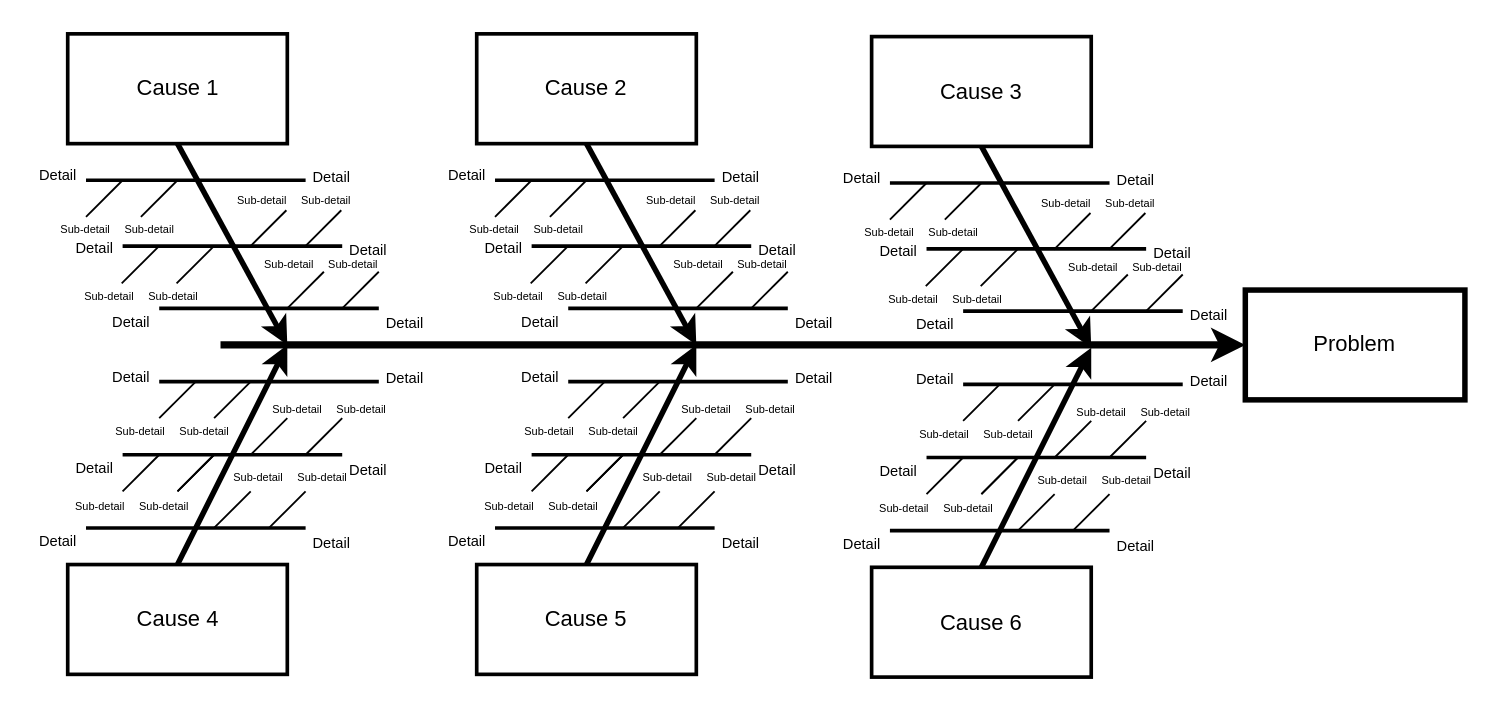
The draw.io diagram Diagrama sem nome.drawio in ArthurViegas01/Verival, before the edit. Source tidied: cells renumbered, new cells numbered last; positions are measured from the earlier drawing's top-left corner, leaving out a move shared by most shapes. Both pictures are drawn from the tidied source at 183%, with x=0, y=0 at pixel (29, 33).
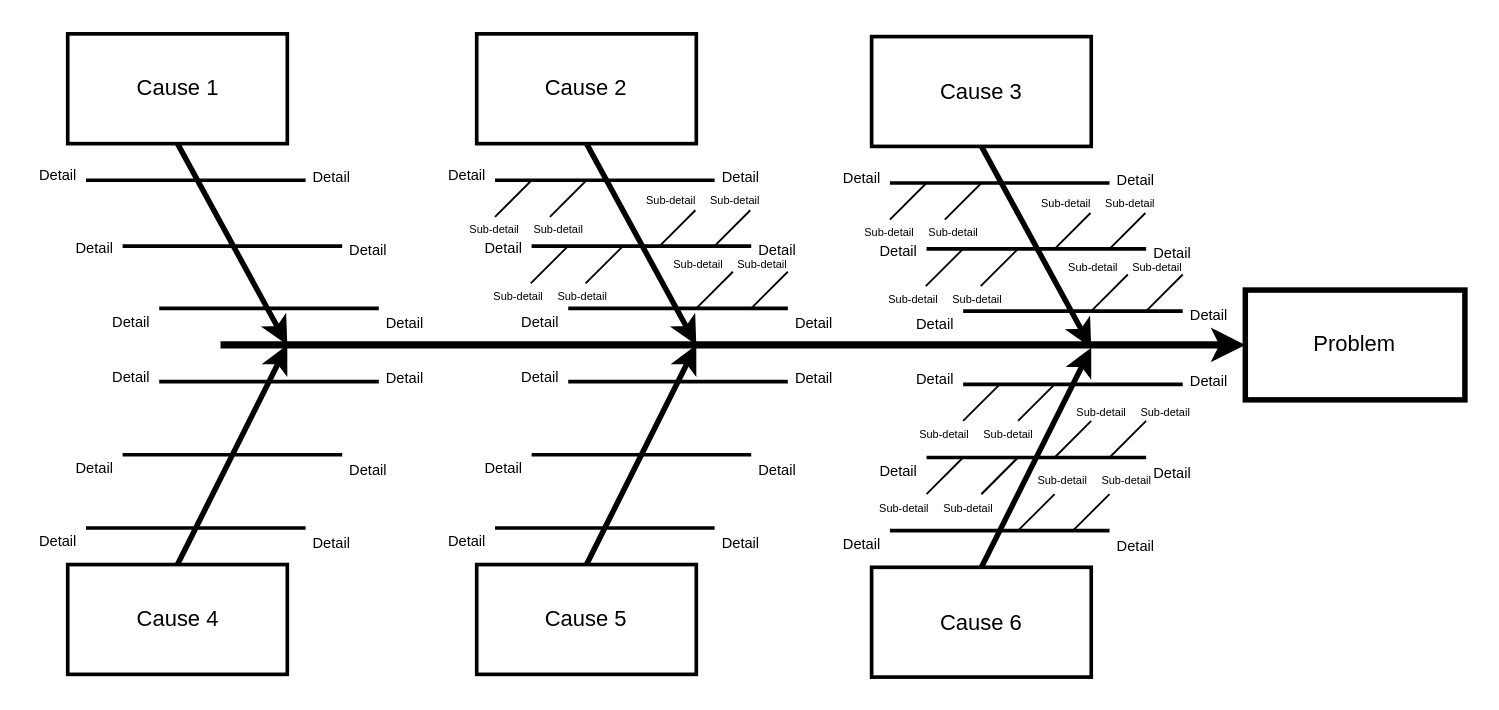
The same diagram, later.

The edit, as a diff of the source:
```diff
@@
-    <mxCell id="20" style="edgeStyle=none;endArrow=none;" parent="1" edge="1">
-      <mxGeometry relative="1" as="geometry">
-        <mxPoint x="60.5" y="100" as="sourcePoint" />
-        <mxPoint x="80.5" y="80" as="targetPoint" />
-      </mxGeometry>
-    </mxCell>
-    <mxCell id="21" style="edgeStyle=none;endArrow=none;" parent="1" edge="1">
-      <mxGeometry relative="1" as="geometry">
-        <mxPoint x="30.5" y="100" as="sourcePoint" />
-        <mxPoint x="50.5" y="80" as="targetPoint" />
-      </mxGeometry>
-    </mxCell>
-    <mxCell id="22" style="edgeStyle=none;endArrow=none;" parent="1" edge="1">
-      <mxGeometry relative="1" as="geometry">
-        <mxPoint x="140.5" y="150" as="sourcePoint" />
-        <mxPoint x="160.5" y="130" as="targetPoint" />
-      </mxGeometry>
-    </mxCell>
-    <mxCell id="23" style="edgeStyle=none;endArrow=none;" parent="1" edge="1">
-      <mxGeometry relative="1" as="geometry">
-        <mxPoint x="170.5" y="150" as="sourcePoint" />
-        <mxPoint x="190.5" y="130" as="targetPoint" />
-      </mxGeometry>
-    </mxCell>
-    <mxCell id="24" style="edgeStyle=none;endArrow=none;" parent="1" edge="1">
-      <mxGeometry relative="1" as="geometry">
-        <mxPoint x="120" y="116.4" as="sourcePoint" />
-        <mxPoint x="140" y="96.4" as="targetPoint" />
-      </mxGeometry>
-    </mxCell>
-    <mxCell id="25" style="edgeStyle=none;endArrow=none;" parent="1" edge="1">
-      <mxGeometry relative="1" as="geometry">
-        <mxPoint x="150" y="116.4" as="sourcePoint" />
-        <mxPoint x="170" y="96.4" as="targetPoint" />
-      </mxGeometry>
-    </mxCell>
-    <mxCell id="26" style="edgeStyle=none;endArrow=none;" parent="1" edge="1">
-      <mxGeometry relative="1" as="geometry">
-        <mxPoint x="80" y="136.4" as="sourcePoint" />
-        <mxPoint x="100" y="116.4" as="targetPoint" />
-      </mxGeometry>
-    </mxCell>
-    <mxCell id="27" style="edgeStyle=none;endArrow=none;" parent="1" edge="1">
-      <mxGeometry relative="1" as="geometry">
-        <mxPoint x="50" y="136.4" as="sourcePoint" />
-        <mxPoint x="70" y="116.4" as="targetPoint" />
-      </mxGeometry>
-    </mxCell>
-    <mxCell id="28" style="edgeStyle=none;endArrow=none;" parent="1" edge="1">
-      <mxGeometry relative="1" as="geometry">
-        <mxPoint x="130.5" y="270" as="sourcePoint" />
-        <mxPoint x="150.5" y="250" as="targetPoint" />
-      </mxGeometry>
-    </mxCell>
-    <mxCell id="29" style="edgeStyle=none;endArrow=none;" parent="1" edge="1">
-      <mxGeometry relative="1" as="geometry">
-        <mxPoint x="100.5" y="270" as="sourcePoint" />
-        <mxPoint x="120.5" y="250" as="targetPoint" />
-      </mxGeometry>
-    </mxCell>
-    <mxCell id="30" style="edgeStyle=none;endArrow=none;" parent="1" edge="1">
-      <mxGeometry relative="1" as="geometry">
-        <mxPoint x="150.5" y="230" as="sourcePoint" />
-        <mxPoint x="170.5" y="210" as="targetPoint" />
-      </mxGeometry>
-    </mxCell>
-    <mxCell id="31" style="edgeStyle=none;endArrow=none;" parent="1" edge="1">
-      <mxGeometry relative="1" as="geometry">
-        <mxPoint x="120.5" y="230" as="sourcePoint" />
-        <mxPoint x="140.5" y="210" as="targetPoint" />
-      </mxGeometry>
-    </mxCell>
-    <mxCell id="32" style="edgeStyle=none;endArrow=none;" parent="1" edge="1">
-      <mxGeometry relative="1" as="geometry">
-        <mxPoint x="80.5" y="250" as="sourcePoint" />
-        <mxPoint x="100.5" y="230" as="targetPoint" />
-      </mxGeometry>
-    </mxCell>
-    <mxCell id="33" style="edgeStyle=none;endArrow=none;" parent="1" edge="1">
-      <mxGeometry relative="1" as="geometry">
-        <mxPoint x="80.5" y="250" as="sourcePoint" />
-        <mxPoint x="100.5" y="230" as="targetPoint" />
-      </mxGeometry>
-    </mxCell>
-    <mxCell id="34" style="edgeStyle=none;endArrow=none;" parent="1" edge="1">
-      <mxGeometry relative="1" as="geometry">
-        <mxPoint x="50.5" y="250" as="sourcePoint" />
-        <mxPoint x="70.5" y="230" as="targetPoint" />
-      </mxGeometry>
-    </mxCell>
-    <mxCell id="35" style="edgeStyle=none;endArrow=none;" parent="1" edge="1">
-      <mxGeometry relative="1" as="geometry">
-        <mxPoint x="100.5" y="210" as="sourcePoint" />
-        <mxPoint x="120.5" y="190" as="targetPoint" />
-      </mxGeometry>
-    </mxCell>
-    <mxCell id="36" style="edgeStyle=none;endArrow=none;" parent="1" edge="1">
-      <mxGeometry relative="1" as="geometry">
-        <mxPoint x="70.5" y="210" as="sourcePoint" />
-        <mxPoint x="90.5" y="190" as="targetPoint" />
-      </mxGeometry>
-    </mxCell>
@@
-    <mxCell id="43" value="Sub-detail" style="text;spacingTop=-5;fontSize=6;align=center;verticalAlign=middle;" parent="1" vertex="1">
-      <mxGeometry x="15.5" y="100" width="30" height="20" as="geometry" />
-    </mxCell>
-    <mxCell id="44" value="Sub-detail" style="text;spacingTop=-5;fontSize=6;align=center;verticalAlign=middle;" parent="1" vertex="1">
-      <mxGeometry x="50.5" y="100" width="30" height="20" as="geometry" />
-    </mxCell>
-    <mxCell id="45" value="Sub-detail" style="text;spacingTop=-5;fontSize=6;align=center;verticalAlign=middle;" parent="1" vertex="1">
-      <mxGeometry x="28.5" y="136.5" width="30" height="20" as="geometry" />
-    </mxCell>
-    <mxCell id="46" value="Sub-detail" style="text;spacingTop=-5;fontSize=6;align=center;verticalAlign=middle;" parent="1" vertex="1">
-      <mxGeometry x="63.5" y="136.5" width="30" height="20" as="geometry" />
-    </mxCell>
-    <mxCell id="47" value="Sub-detail" style="text;spacingTop=-5;fontSize=6;align=center;verticalAlign=middle;" parent="1" vertex="1">
-      <mxGeometry x="45.5" y="210.4" width="30" height="20" as="geometry" />
-    </mxCell>
-    <mxCell id="48" value="Sub-detail" style="text;spacingTop=-5;fontSize=6;align=center;verticalAlign=middle;" parent="1" vertex="1">
-      <mxGeometry x="80.5" y="210.4" width="30" height="20" as="geometry" />
-    </mxCell>
-    <mxCell id="49" value="Sub-detail" style="text;spacingTop=-5;fontSize=6;align=center;verticalAlign=middle;" parent="1" vertex="1">
-      <mxGeometry x="23.5" y="251" width="30" height="20" as="geometry" />
-    </mxCell>
-    <mxCell id="50" value="Sub-detail" style="text;spacingTop=-5;fontSize=6;align=center;verticalAlign=middle;" parent="1" vertex="1">
-      <mxGeometry x="58.5" y="251" width="30" height="20" as="geometry" />
-    </mxCell>
-    <mxCell id="51" value="Sub-detail" style="text;spacingTop=-5;fontSize=6;align=center;verticalAlign=middle;" parent="1" vertex="1">
-      <mxGeometry x="112" y="83.9" width="30" height="20" as="geometry" />
-    </mxCell>
-    <mxCell id="52" value="Sub-detail" style="text;spacingTop=-5;fontSize=6;align=center;verticalAlign=middle;" parent="1" vertex="1">
-      <mxGeometry x="147" y="83.9" width="30" height="20" as="geometry" />
-    </mxCell>
-    <mxCell id="53" value="Sub-detail" style="text;spacingTop=-5;fontSize=6;align=center;verticalAlign=middle;" parent="1" vertex="1">
-      <mxGeometry x="126.8" y="118.9" width="30" height="20" as="geometry" />
-    </mxCell>
-    <mxCell id="54" value="Sub-detail" style="text;spacingTop=-5;fontSize=6;align=center;verticalAlign=middle;" parent="1" vertex="1">
-      <mxGeometry x="161.8" y="118.9" width="30" height="20" as="geometry" />
-    </mxCell>
-    <mxCell id="55" value="Sub-detail" style="text;spacingTop=-5;fontSize=6;align=center;verticalAlign=middle;" parent="1" vertex="1">
-      <mxGeometry x="131.3" y="198.3" width="30" height="20" as="geometry" />
-    </mxCell>
-    <mxCell id="56" value="Sub-detail" style="text;spacingTop=-5;fontSize=6;align=center;verticalAlign=middle;" parent="1" vertex="1">
-      <mxGeometry x="166.3" y="198.3" width="30" height="20" as="geometry" />
-    </mxCell>
-    <mxCell id="57" value="Sub-detail" style="text;spacingTop=-5;fontSize=6;align=center;verticalAlign=middle;" parent="1" vertex="1">
-      <mxGeometry x="110" y="235.4" width="30" height="20" as="geometry" />
-    </mxCell>
-    <mxCell id="58" value="Sub-detail" style="text;spacingTop=-5;fontSize=6;align=center;verticalAlign=middle;" parent="1" vertex="1">
-      <mxGeometry x="145" y="235.4" width="30" height="20" as="geometry" />
-    </mxCell>
@@
-    <mxCell id="89" style="edgeStyle=none;endArrow=none;" parent="1" edge="1">
-      <mxGeometry relative="1" as="geometry">
-        <mxPoint x="354" y="270" as="sourcePoint" />
-        <mxPoint x="374" y="250" as="targetPoint" />
-      </mxGeometry>
-    </mxCell>
-    <mxCell id="90" style="edgeStyle=none;endArrow=none;" parent="1" edge="1">
-      <mxGeometry relative="1" as="geometry">
-        <mxPoint x="324" y="270" as="sourcePoint" />
-        <mxPoint x="344" y="250" as="targetPoint" />
-      </mxGeometry>
-    </mxCell>
-    <mxCell id="91" style="edgeStyle=none;endArrow=none;" parent="1" edge="1">
-      <mxGeometry relative="1" as="geometry">
-        <mxPoint x="374" y="230" as="sourcePoint" />
-        <mxPoint x="394" y="210" as="targetPoint" />
-      </mxGeometry>
-    </mxCell>
-    <mxCell id="92" style="edgeStyle=none;endArrow=none;" parent="1" edge="1">
-      <mxGeometry relative="1" as="geometry">
-        <mxPoint x="344" y="230" as="sourcePoint" />
-        <mxPoint x="364" y="210" as="targetPoint" />
-      </mxGeometry>
-    </mxCell>
-    <mxCell id="93" style="edgeStyle=none;endArrow=none;" parent="1" edge="1">
-      <mxGeometry relative="1" as="geometry">
-        <mxPoint x="304" y="250" as="sourcePoint" />
-        <mxPoint x="324" y="230" as="targetPoint" />
-      </mxGeometry>
-    </mxCell>
-    <mxCell id="94" style="edgeStyle=none;endArrow=none;" parent="1" edge="1">
-      <mxGeometry relative="1" as="geometry">
-        <mxPoint x="304" y="250" as="sourcePoint" />
-        <mxPoint x="324" y="230" as="targetPoint" />
-      </mxGeometry>
-    </mxCell>
-    <mxCell id="95" style="edgeStyle=none;endArrow=none;" parent="1" edge="1">
-      <mxGeometry relative="1" as="geometry">
-        <mxPoint x="274" y="250" as="sourcePoint" />
-        <mxPoint x="294" y="230" as="targetPoint" />
-      </mxGeometry>
-    </mxCell>
-    <mxCell id="96" style="edgeStyle=none;endArrow=none;" parent="1" edge="1">
-      <mxGeometry relative="1" as="geometry">
-        <mxPoint x="324" y="210" as="sourcePoint" />
-        <mxPoint x="344" y="190" as="targetPoint" />
-      </mxGeometry>
-    </mxCell>
-    <mxCell id="97" style="edgeStyle=none;endArrow=none;" parent="1" edge="1">
-      <mxGeometry relative="1" as="geometry">
-        <mxPoint x="294" y="210" as="sourcePoint" />
-        <mxPoint x="314" y="190" as="targetPoint" />
-      </mxGeometry>
-    </mxCell>
@@
-    <mxCell id="108" value="Sub-detail" style="text;spacingTop=-5;fontSize=6;align=center;verticalAlign=middle;" parent="1" vertex="1">
-      <mxGeometry x="269" y="210.4" width="30" height="20" as="geometry" />
-    </mxCell>
-    <mxCell id="109" value="Sub-detail" style="text;spacingTop=-5;fontSize=6;align=center;verticalAlign=middle;" parent="1" vertex="1">
-      <mxGeometry x="304" y="210.4" width="30" height="20" as="geometry" />
-    </mxCell>
-    <mxCell id="110" value="Sub-detail" style="text;spacingTop=-5;fontSize=6;align=center;verticalAlign=middle;" parent="1" vertex="1">
-      <mxGeometry x="247.1" y="251" width="30" height="20" as="geometry" />
-    </mxCell>
-    <mxCell id="111" value="Sub-detail" style="text;spacingTop=-5;fontSize=6;align=center;verticalAlign=middle;" parent="1" vertex="1">
-      <mxGeometry x="282.1" y="251" width="30" height="20" as="geometry" />
-    </mxCell>
@@
-    <mxCell id="116" value="Sub-detail" style="text;spacingTop=-5;fontSize=6;align=center;verticalAlign=middle;" parent="1" vertex="1">
-      <mxGeometry x="354.8" y="198.3" width="30" height="20" as="geometry" />
-    </mxCell>
-    <mxCell id="117" value="Sub-detail" style="text;spacingTop=-5;fontSize=6;align=center;verticalAlign=middle;" parent="1" vertex="1">
-      <mxGeometry x="389.8" y="198.3" width="30" height="20" as="geometry" />
-    </mxCell>
-    <mxCell id="118" value="Sub-detail" style="text;spacingTop=-5;fontSize=6;align=center;verticalAlign=middle;" parent="1" vertex="1">
-      <mxGeometry x="333.6" y="235.4" width="30" height="20" as="geometry" />
-    </mxCell>
-    <mxCell id="119" value="Sub-detail" style="text;spacingTop=-5;fontSize=6;align=center;verticalAlign=middle;" parent="1" vertex="1">
-      <mxGeometry x="368.6" y="235.4" width="30" height="20" as="geometry" />
-    </mxCell>
```
